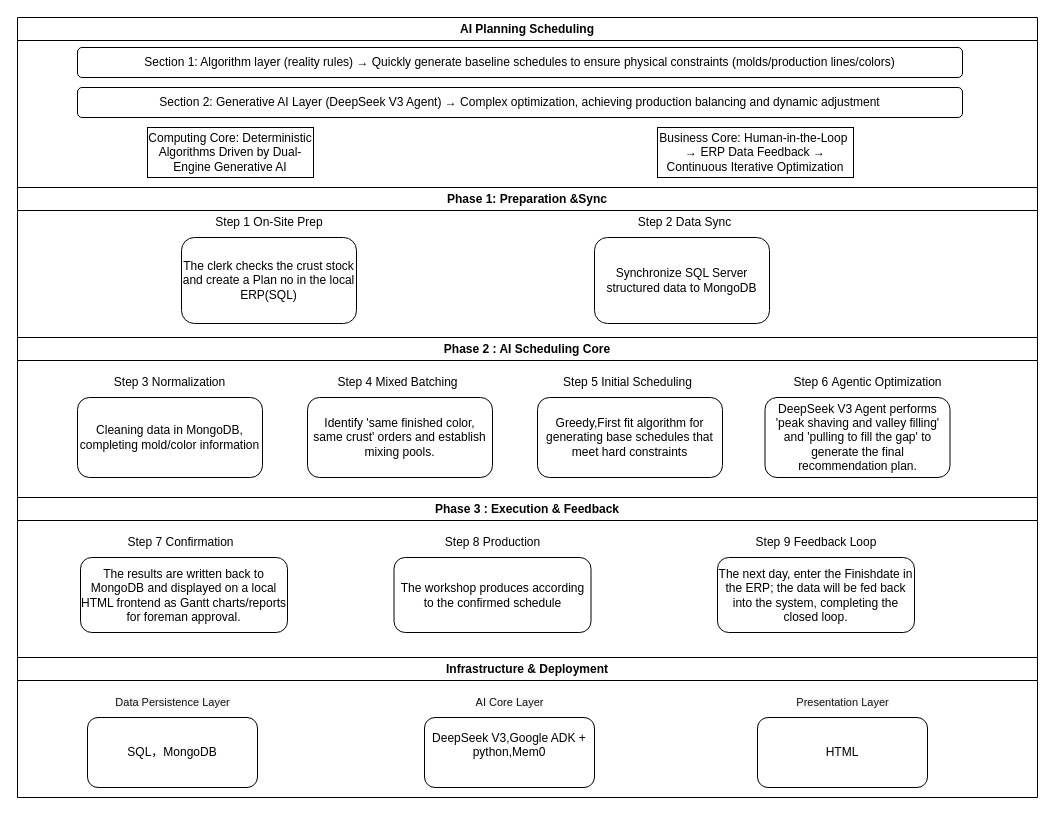
This is TT AI SCHEDULING.drawio from Jbmlier/framework, a draw.io file, before an edit. Source tidied: cells renumbered, new cells numbered last; positions are measured from the earlier drawing's top-left corner, leaving out a move shared by most shapes. Both pictures are drawn from the tidied source at 100%, with x=0, y=0 at pixel (17, 17).
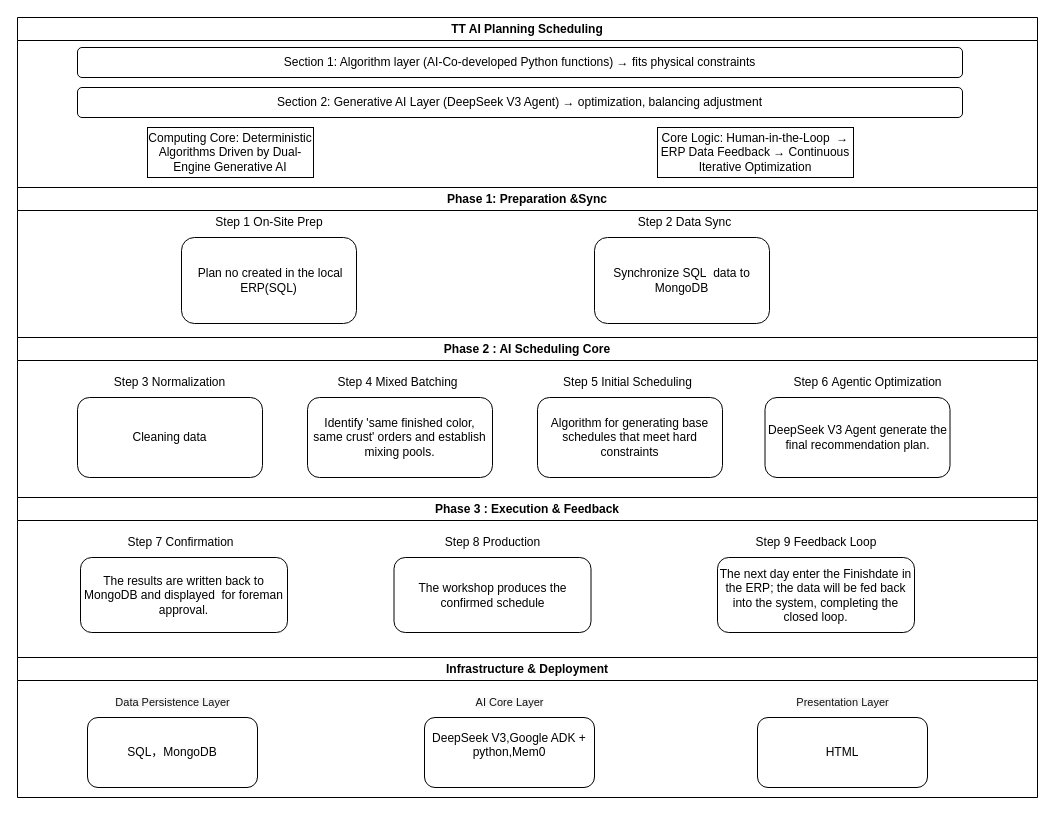
The same diagram, later.

The change refers to these unchanged cells:
```xml
<mxCell id="9" value="Phase&amp;nbsp;3 : Execution &amp;amp; Feedback" style="swimlane;whiteSpace=wrap;html=1;" parent="1" vertex="1">
  <mxGeometry y="480" width="1020" height="160" as="geometry" />
</mxCell>
<mxCell id="16" value="Phase&amp;nbsp;2 : AI Scheduling Core" style="swimlane;whiteSpace=wrap;html=1;" parent="1" vertex="1">
  <mxGeometry y="320" width="1020" height="160" as="geometry" />
</mxCell>
<mxCell id="25" value="Phase 1: Preparation &amp;amp;Sync" style="swimlane;whiteSpace=wrap;html=1;" parent="1" vertex="1">
  <mxGeometry y="170" width="1020" height="150" as="geometry" />
</mxCell>
```

Diff of the diagram source:
```diff
@@
-    <mxCell id="13" value="The results are written back to MongoDB and displayed on a local HTML frontend as Gantt charts/reports for foreman approval." style="rounded=1;whiteSpace=wrap;html=1;" parent="9" vertex="1">
+    <mxCell id="13" value="The results are written back to MongoDB and displayed&amp;nbsp; for foreman approval." style="rounded=1;whiteSpace=wrap;html=1;" parent="9" vertex="1">
       <mxGeometry x="63" y="60" width="207" height="75" as="geometry" />
     </mxCell>
-    <mxCell id="14" value="The workshop produces according to the confirmed schedule" style="rounded=1;whiteSpace=wrap;html=1;" parent="9" vertex="1">
+    <mxCell id="14" value="The workshop produces the confirmed schedule" style="rounded=1;whiteSpace=wrap;html=1;" parent="9" vertex="1">
       <mxGeometry x="376.5" y="60" width="197" height="75" as="geometry" />
     </mxCell>
-    <mxCell id="15" value="The next day, enter the Finishdate in the ERP; the data will be fed back into the system, completing the closed loop." style="rounded=1;whiteSpace=wrap;html=1;" parent="9" vertex="1">
+    <mxCell id="15" value="The next day enter the Finishdate in the ERP; the data will be fed back into the system, completing the closed loop." style="rounded=1;whiteSpace=wrap;html=1;" parent="9" vertex="1">
       <mxGeometry x="700" y="60" width="197" height="75" as="geometry" />
     </mxCell>
@@
-    <mxCell id="21" value="Cleaning data in MongoDB, completing mold/color information" style="rounded=1;whiteSpace=wrap;html=1;" parent="16" vertex="1">
+    <mxCell id="21" value="Cleaning data" style="rounded=1;whiteSpace=wrap;html=1;" parent="16" vertex="1">
       <mxGeometry x="60" y="60" width="185" height="80" as="geometry" />
     </mxCell>
@@
-    <mxCell id="23" value="Greedy,First fit algorithm for generating base schedules that meet hard constraints" style="rounded=1;whiteSpace=wrap;html=1;" parent="16" vertex="1">
+    <mxCell id="23" value="Algorithm for generating base schedules that meet hard constraints" style="rounded=1;whiteSpace=wrap;html=1;" parent="16" vertex="1">
       <mxGeometry x="520" y="60" width="185" height="80" as="geometry" />
     </mxCell>
-    <mxCell id="24" value="DeepSeek V3 Agent performs 'peak shaving and valley filling' and 'pulling to fill the gap' to generate the final recommendation plan." style="rounded=1;whiteSpace=wrap;html=1;" parent="16" vertex="1">
+    <mxCell id="24" value="DeepSeek V3 Agent generate the final recommendation plan." style="rounded=1;whiteSpace=wrap;html=1;" parent="16" vertex="1">
       <mxGeometry x="747.5" y="60" width="185" height="80" as="geometry" />
     </mxCell>
@@
-    <mxCell id="28" value="The clerk checks the crust stock and create a Plan no in the local ERP(SQL)" style="rounded=1;whiteSpace=wrap;html=1;" parent="25" vertex="1">
+    <mxCell id="28" value="&amp;nbsp;Plan no created in the local ERP(SQL)" style="rounded=1;whiteSpace=wrap;html=1;" parent="25" vertex="1">
       <mxGeometry x="164" y="50" width="175" height="86" as="geometry" />
     </mxCell>
-    <mxCell id="29" value="Synchronize SQL Server structured data to MongoDB" style="rounded=1;whiteSpace=wrap;html=1;" parent="25" vertex="1">
+    <mxCell id="29" value="Synchronize SQL&amp;nbsp; data to MongoDB" style="rounded=1;whiteSpace=wrap;html=1;" parent="25" vertex="1">
       <mxGeometry x="577" y="50" width="175" height="86" as="geometry" />
     </mxCell>
-    <mxCell id="30" value="AI Planning Scheduling" style="swimlane;whiteSpace=wrap;html=1;" parent="1" vertex="1">
+    <mxCell id="30" value="TT AI Planning Scheduling" style="swimlane;whiteSpace=wrap;html=1;" parent="1" vertex="1">
       <mxGeometry width="1020" height="170" as="geometry" />
     </mxCell>
-    <mxCell id="31" value="Section 1: Algorithm layer (reality rules) → Quickly generate baseline schedules to ensure physical constraints (molds/production lines/colors)" style="rounded=1;whiteSpace=wrap;html=1;" parent="30" vertex="1">
+    <mxCell id="31" value="Section 1: Algorithm layer (AI-Co-developed Python functions) → fits physical constraints" style="rounded=1;whiteSpace=wrap;html=1;" parent="30" vertex="1">
       <mxGeometry x="60" y="30" width="885" height="30" as="geometry" />
     </mxCell>
-    <mxCell id="32" value="Section 2: Generative AI Layer (DeepSeek V3 Agent) → Complex optimization, achieving production balancing and dynamic adjustment" style="rounded=1;whiteSpace=wrap;html=1;" parent="30" vertex="1">
+    <mxCell id="32" value="Section 2: Generative AI Layer (DeepSeek V3 Agent) → optimization, balancing adjustment" style="rounded=1;whiteSpace=wrap;html=1;" parent="30" vertex="1">
       <mxGeometry x="60" y="70" width="885" height="30" as="geometry" />
     </mxCell>
@@
-    <mxCell id="34" value="Business Core: Human-in-the-Loop&amp;nbsp; → ERP Data Feedback → Continuous Iterative Optimization" style="rounded=0;whiteSpace=wrap;html=1;" parent="30" vertex="1">
+    <mxCell id="34" value="Core Logic: Human-in-the-Loop&amp;nbsp; → ERP Data Feedback → Continuous Iterative Optimization" style="rounded=0;whiteSpace=wrap;html=1;" parent="30" vertex="1">
       <mxGeometry x="640" y="110" width="196" height="50" as="geometry" />
     </mxCell>
```
